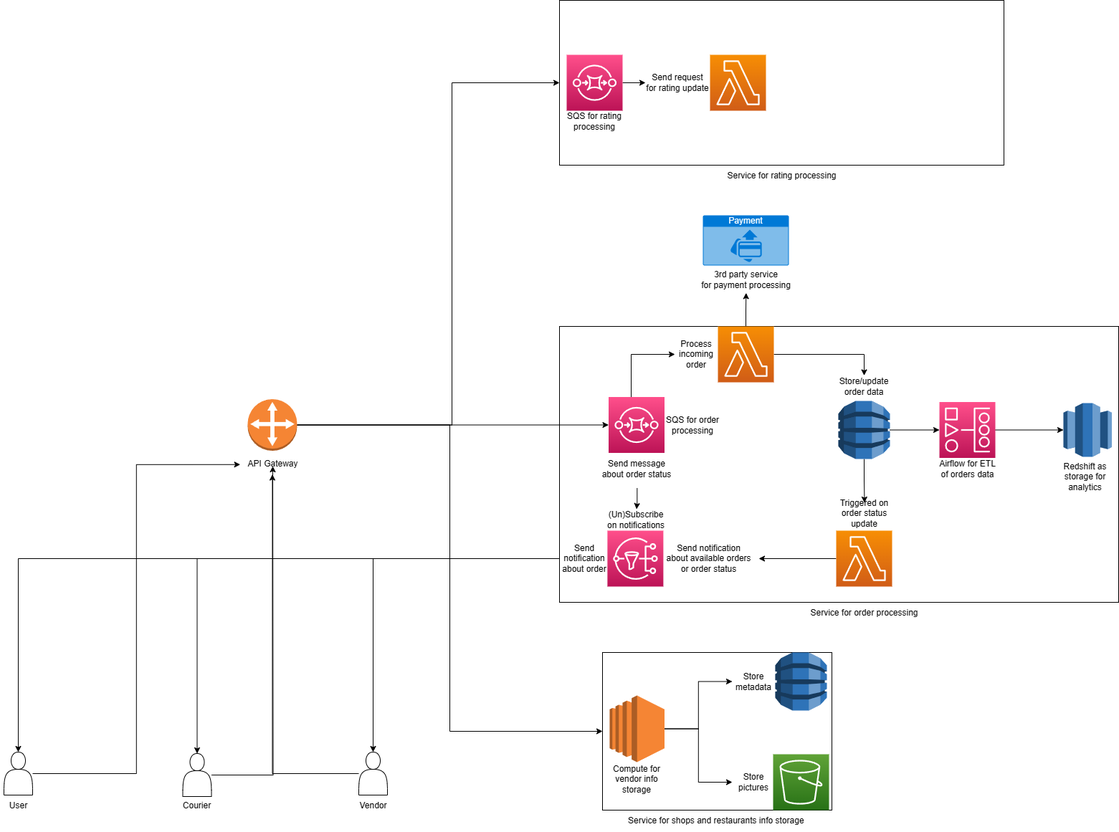
Before: task4/Glovo.drawio.png, a diagram exported from draw.io (alexzarembovskiy/arch). Source tidied: cells renumbered, new cells last; positions are measured from the earlier drawing's top-left corner, leaving out a move shared by most shapes.
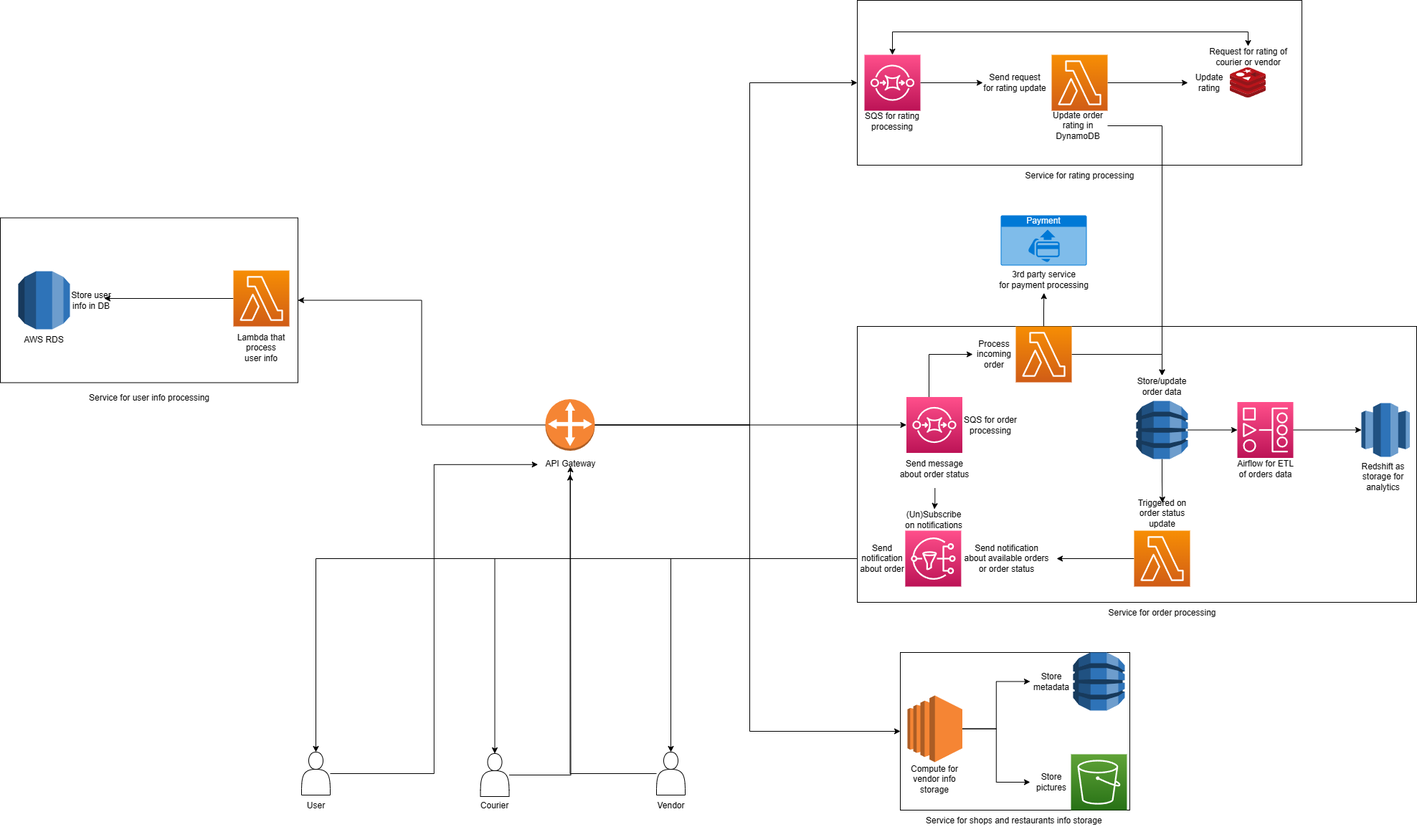
The same file after the commit.

Change to the diagram source:
```diff
@@ -2,6 +2,9 @@
   <root>
     <mxCell id="0" />
     <mxCell id="1" parent="0" />
+    <mxCell id="65" style="rounded=0;whiteSpace=wrap;html=1;" parent="1" vertex="1">
+      <mxGeometry x="-415" y="303.5" width="415" height="230" as="geometry" />
+    </mxCell>
     <mxCell id="2" style="rounded=0;whiteSpace=wrap;html=1;" parent="1" vertex="1">
       <mxGeometry x="780" width="620" height="230" as="geometry" />
     </mxCell>
@@ -38,7 +41,12 @@
       <mxGeometry x="244" y="1109" width="60" height="30" as="geometry" />
     </mxCell>
     <mxCell id="13" style="edgeStyle=orthogonalEdgeStyle;rounded=0;jettySize=auto;html=1;entryX=0;entryY=0.5;entryDx=0;entryDy=0;" parent="1" edge="1" source="16" target="18">
-      <mxGeometry relative="1" as="geometry" />
+      <mxGeometry relative="1" as="geometry">
+        <Array as="points">
+          <mxPoint x="630" y="593" />
+          <mxPoint x="630" y="1020" />
+        </Array>
+      </mxGeometry>
     </mxCell>
     <mxCell id="14" style="edgeStyle=orthogonalEdgeStyle;rounded=0;jettySize=auto;html=1;entryX=0;entryY=0.5;entryDx=0;entryDy=0;entryPerimeter=0;" parent="1" edge="1" source="16" target="30">
       <mxGeometry relative="1" as="geometry" />
@@ -51,6 +59,9 @@
         </Array>
       </mxGeometry>
     </mxCell>
+    <mxCell id="66" style="edgeStyle=orthogonalEdgeStyle;rounded=0;jettySize=auto;html=1;entryX=1;entryY=0.5;entryDx=0;entryDy=0;" parent="1" edge="1" source="16" target="65">
+      <mxGeometry relative="1" as="geometry" />
+    </mxCell>
     <mxCell id="16" style="outlineConnect=0;dashed=0;verticalLabelPosition=bottom;verticalAlign=top;align=center;html=1;shape=mxgraph.aws3.customer_gateway;fillColor=#F58534;gradientColor=none;" parent="1" vertex="1">
       <mxGeometry x="345" y="556.5" width="69" height="72" as="geometry" />
     </mxCell>
@@ -187,6 +198,14 @@
     <mxCell id="59" style="edgeStyle=orthogonalEdgeStyle;rounded=0;jettySize=auto;html=1;entryX=0;entryY=0.5;entryDx=0;entryDy=0;" parent="1" edge="1" source="60" target="64">
       <mxGeometry relative="1" as="geometry" />
     </mxCell>
+    <mxCell id="67" style="edgeStyle=orthogonalEdgeStyle;rounded=0;jettySize=auto;html=1;entryX=0.5;entryY=0;entryDx=0;entryDy=0;startArrow=classic;startFill=1;" parent="1" edge="1" source="60" target="73">
+      <mxGeometry relative="1" as="geometry">
+        <Array as="points">
+          <mxPoint x="829" y="44" />
+          <mxPoint x="1325" y="44" />
+        </Array>
+      </mxGeometry>
+    </mxCell>
     <mxCell id="60" style="sketch=0;points=[[0,0,0],[0.25,0,0],[0.5,0,0],[0.75,0,0],[1,0,0],[0,1,0],[0.25,1,0],[0.5,1,0],[0.75,1,0],[1,1,0],[0,0.25,0],[0,0.5,0],[0,0.75,0],[1,0.25,0],[1,0.5,0],[1,0.75,0]];outlineConnect=0;fontColor=#232F3E;gradientColor=#FF4F8B;gradientDirection=north;fillColor=#BC1356;strokeColor=#ffffff;dashed=0;verticalLabelPosition=bottom;verticalAlign=top;align=center;html=1;fontSize=12;fontStyle=0;shape=mxgraph.aws4.resourceIcon;resIcon=mxgraph.aws4.sqs;" parent="1" vertex="1">
       <mxGeometry x="790" y="76" width="78" height="78" as="geometry" />
     </mxCell>
@@ -196,11 +215,50 @@
     <mxCell id="62" value="Service for rating processing" style="text;html=1;align=center;verticalAlign=middle;strokeColor=none;fillColor=none;" parent="1" vertex="1">
       <mxGeometry x="1000" y="230" width="180" height="30" as="geometry" />
     </mxCell>
+    <mxCell id="68" style="edgeStyle=orthogonalEdgeStyle;rounded=0;jettySize=auto;html=1;" parent="1" edge="1" source="63" target="70">
+      <mxGeometry relative="1" as="geometry" />
+    </mxCell>
     <mxCell id="63" style="sketch=0;points=[[0,0,0],[0.25,0,0],[0.5,0,0],[0.75,0,0],[1,0,0],[0,1,0],[0.25,1,0],[0.5,1,0],[0.75,1,0],[1,1,0],[0,0.25,0],[0,0.5,0],[0,0.75,0],[1,0.25,0],[1,0.5,0],[1,0.75,0]];outlineConnect=0;fontColor=#232F3E;gradientColor=#F78E04;gradientDirection=north;fillColor=#D05C17;strokeColor=#ffffff;dashed=0;verticalLabelPosition=bottom;verticalAlign=top;align=center;html=1;fontSize=12;fontStyle=0;shape=mxgraph.aws4.resourceIcon;resIcon=mxgraph.aws4.lambda;" parent="1" vertex="1">
-      <mxGeometry x="990" y="76" width="78" height="78" as="geometry" />
+      <mxGeometry x="1051" y="76" width="78" height="78" as="geometry" />
     </mxCell>
     <mxCell id="64" value="Send request for rating update" style="text;html=1;strokeColor=none;fillColor=none;align=center;verticalAlign=middle;whiteSpace=wrap;rounded=0;" parent="1" vertex="1">
-      <mxGeometry x="900" y="100" width="90" height="30" as="geometry" />
+      <mxGeometry x="955" y="100" width="90" height="30" as="geometry" />
     </mxCell>
+    <mxCell id="69" style="image;sketch=0;html=1;align=center;fontSize=12;image=img/lib/mscae/Cache_Redis_Product.svg;" parent="1" vertex="1">
+      <mxGeometry x="1300" y="94" width="50" height="42" as="geometry" />
+    </mxCell>
+    <mxCell id="70" value="Update rating" style="text;html=1;strokeColor=none;fillColor=none;align=center;verticalAlign=middle;whiteSpace=wrap;rounded=0;" parent="1" vertex="1">
+      <mxGeometry x="1241" y="100" width="60" height="30" as="geometry" />
+    </mxCell>
+    <mxCell id="71" style="edgeStyle=orthogonalEdgeStyle;rounded=0;jettySize=auto;html=1;entryX=0.5;entryY=0;entryDx=0;entryDy=0;" parent="1" edge="1" source="72" target="39">
+      <mxGeometry relative="1" as="geometry" />
+    </mxCell>
+    <mxCell id="72" value="Update order rating in DynamoDB" style="text;html=1;strokeColor=none;fillColor=none;align=center;verticalAlign=middle;whiteSpace=wrap;rounded=0;" parent="1" vertex="1">
+      <mxGeometry x="1047" y="160" width="82" height="30" as="geometry" />
+    </mxCell>
+    <mxCell id="73" value="Request for rating of courier or vendor" style="text;html=1;strokeColor=none;fillColor=none;align=center;verticalAlign=middle;whiteSpace=wrap;rounded=0;" parent="1" vertex="1">
+      <mxGeometry x="1267.5" y="64" width="115" height="30" as="geometry" />
+    </mxCell>
+    <mxCell id="74" style="edgeStyle=orthogonalEdgeStyle;rounded=0;jettySize=auto;html=1;entryX=0.8;entryY=0.417;entryDx=0;entryDy=0;entryPerimeter=0;" parent="1" edge="1" source="75" target="78">
+      <mxGeometry relative="1" as="geometry" />
+    </mxCell>
+    <mxCell id="75" style="sketch=0;points=[[0,0,0],[0.25,0,0],[0.5,0,0],[0.75,0,0],[1,0,0],[0,1,0],[0.25,1,0],[0.5,1,0],[0.75,1,0],[1,1,0],[0,0.25,0],[0,0.5,0],[0,0.75,0],[1,0.25,0],[1,0.5,0],[1,0.75,0]];outlineConnect=0;fontColor=#232F3E;gradientColor=#F78E04;gradientDirection=north;fillColor=#D05C17;strokeColor=#ffffff;dashed=0;verticalLabelPosition=bottom;verticalAlign=top;align=center;html=1;fontSize=12;fontStyle=0;shape=mxgraph.aws4.resourceIcon;resIcon=mxgraph.aws4.lambda;" parent="1" vertex="1">
+      <mxGeometry x="-90" y="377" width="78" height="78" as="geometry" />
+    </mxCell>
+    <mxCell id="76" style="dashed=0;verticalLabelPosition=bottom;verticalAlign=top;align=center;html=1;shape=mxgraph.aws3.rds;fillColor=#2E73B8;gradientColor=none;" parent="1" vertex="1">
+      <mxGeometry x="-390" y="378" width="72" height="81" as="geometry" />
+    </mxCell>
+    <mxCell id="77" value="Service for user info processing" style="text;html=1;strokeColor=none;fillColor=none;align=center;verticalAlign=middle;whiteSpace=wrap;rounded=0;" parent="1" vertex="1">
+      <mxGeometry x="-302.5" y="540" width="190" height="30" as="geometry" />
+    </mxCell>
+    <mxCell id="78" value="Store user info in DB" style="text;html=1;strokeColor=none;fillColor=none;align=center;verticalAlign=middle;whiteSpace=wrap;rounded=0;" parent="1" vertex="1">
+      <mxGeometry x="-318" y="403.5" width="60" height="30" as="geometry" />
+    </mxCell>
+    <mxCell id="79" value="AWS RDS" style="text;html=1;strokeColor=none;fillColor=none;align=center;verticalAlign=middle;whiteSpace=wrap;rounded=0;" parent="1" vertex="1">
+      <mxGeometry x="-384" y="459" width="60" height="30" as="geometry" />
+    </mxCell>
+    <mxCell id="80" value="Lambda that process user info" style="text;html=1;strokeColor=none;fillColor=none;align=center;verticalAlign=middle;whiteSpace=wrap;rounded=0;" parent="1" vertex="1">
+      <mxGeometry x="-86" y="470" width="70" height="30" as="geometry" />
+    </mxCell>
   </root>
 </mxGraphModel>
```
